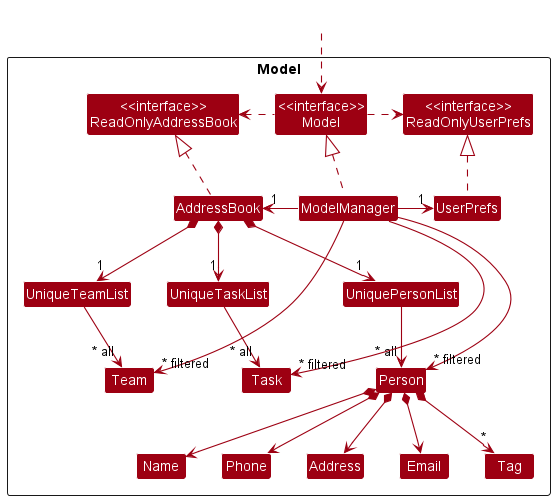
Before: docs/images/ModelClassDiagram.png, a diagram exported from PlantUML (nus-cs2103-AY2223S1/tp).
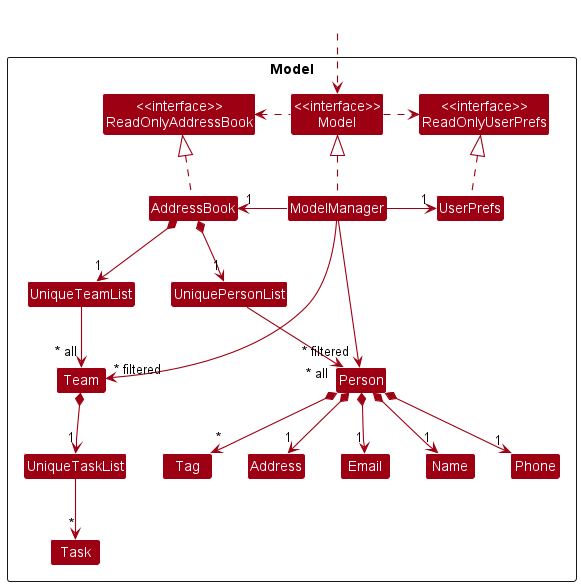
Later version of the same file.

The edit, as a diff of the source:
```diff
@@ -41,17 +41,17 @@
 
 AddressBook *--> "1" UniquePersonList
 UniquePersonList --> "~* all" Person
-Person *--> Name
-Person *--> Phone
-Person *--> Email
-Person *--> Address
+Person *--> "1" Name
+Person *--> "1" Phone
+Person *--> "1" Email
+Person *--> "1" Address
 Person *--> "*" Tag
 
 AddressBook *-> "1" UniqueTeamList
 UniqueTeamList -> "~* all" Team
 
-AddressBook *-> "1" UniqueTaskList
-UniqueTaskList -> "~* all" Task
+Team *-down-> "1" UniqueTaskList
+UniqueTaskList -down-> "~*" Task
 
 Name -[hidden]right-> Phone
 Phone -[hidden]right-> Address
@@ -59,5 +59,4 @@
 
 ModelManager -->"~* filtered" Person
 ModelManager --->"~* filtered" Team
-ModelManager --->"~* filtered" Task
 @enduml
```
